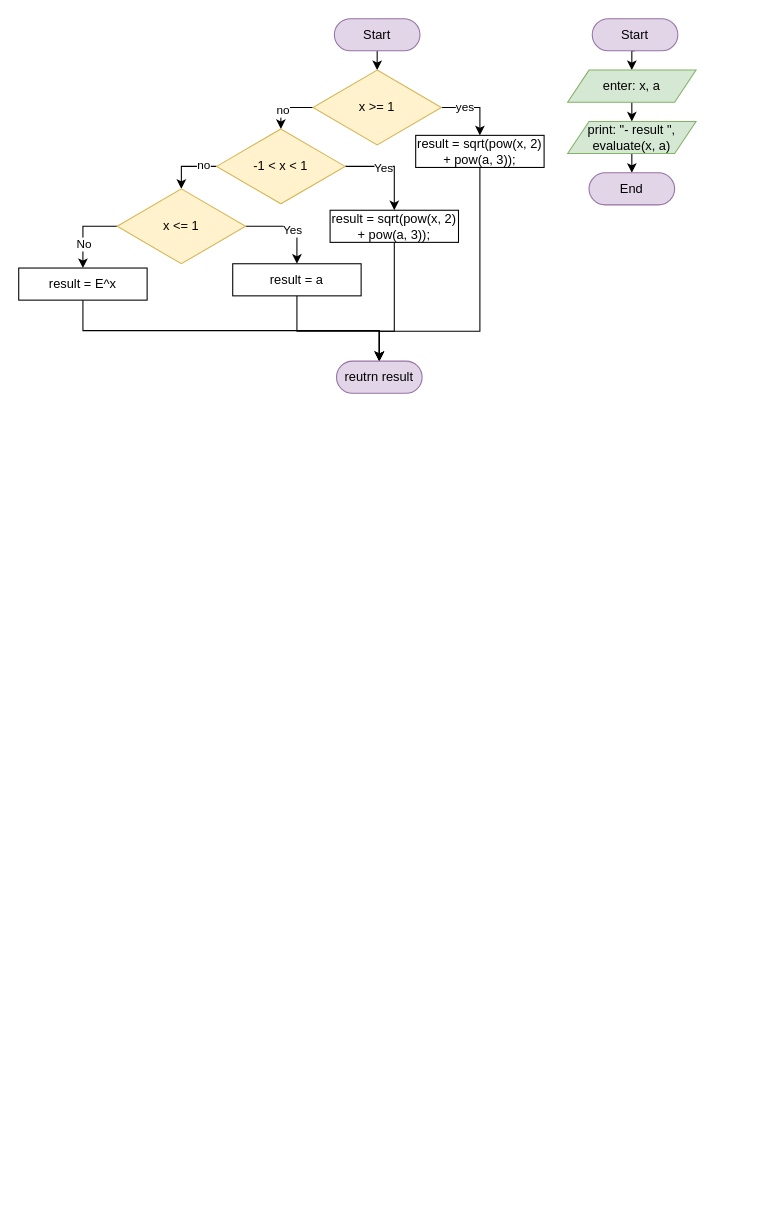
Above: src/lab_2/kolosov_10/diagram/lab2_kolosov_diagram.drawio in Ak1yamaKiyoshi/course-kpi-cpp (draw.io), before the change. Source tidied: cells renumbered, new cells numbered last; positions are measured from the earlier drawing's top-left corner, leaving out a move shared by most shapes. Both pictures are drawn from the tidied source at 107%, with x=0, y=0 at pixel (18, 18).
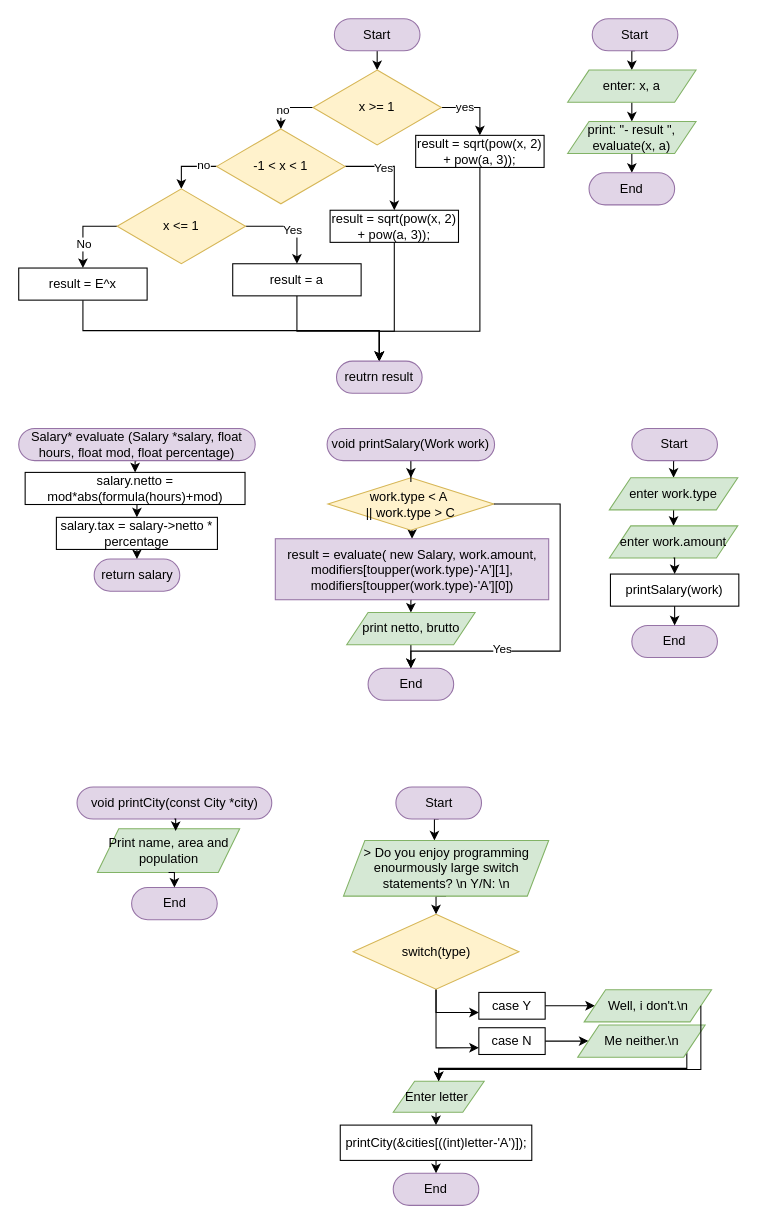
After the change.

What changed in the source:
```diff
@@
+    <mxCell id="35" value="printSalary(work)" style="rounded=0;whiteSpace=wrap;html=1;glass=0;" parent="1" vertex="1">
+      <mxGeometry x="553" y="519" width="120" height="30" as="geometry" />
+    </mxCell>
+    <mxCell id="36" style="edgeStyle=orthogonalEdgeStyle;rounded=0;jettySize=auto;html=1;exitX=0.5;exitY=0.5;exitDx=0;exitDy=15;exitPerimeter=0;entryX=0.5;entryY=0;entryDx=0;entryDy=0;" parent="1" edge="1" source="37" target="39">
+      <mxGeometry relative="1" as="geometry" />
+    </mxCell>
+    <mxCell id="37" value="Start" style="html=1;dashed=0;whiteSpace=wrap;shape=mxgraph.dfd.start;fillColor=#e1d5e7;strokeColor=#9673a6;" parent="1" vertex="1">
+      <mxGeometry x="573" y="383" width="80" height="30" as="geometry" />
+    </mxCell>
+    <mxCell id="38" style="edgeStyle=orthogonalEdgeStyle;rounded=0;jettySize=auto;html=1;exitX=0.5;exitY=1;exitDx=0;exitDy=0;entryX=0.5;entryY=0;entryDx=0;entryDy=0;" parent="1" edge="1" source="39" target="40">
+      <mxGeometry relative="1" as="geometry" />
+    </mxCell>
+    <mxCell id="39" value="enter work.type" style="shape=parallelogram;perimeter=parallelogramPerimeter;whiteSpace=wrap;html=1;fixedSize=1;fillColor=#d5e8d4;strokeColor=#82b366;" parent="1" vertex="1">
+      <mxGeometry x="552" y="429" width="120" height="30" as="geometry" />
+    </mxCell>
+    <mxCell id="40" value="enter work.amount" style="shape=parallelogram;perimeter=parallelogramPerimeter;whiteSpace=wrap;html=1;fixedSize=1;fillColor=#d5e8d4;strokeColor=#82b366;" parent="1" vertex="1">
+      <mxGeometry x="552" y="474" width="120" height="30" as="geometry" />
+    </mxCell>
+    <mxCell id="41" style="edgeStyle=orthogonalEdgeStyle;rounded=0;jettySize=auto;html=1;exitX=0.5;exitY=1;exitDx=0;exitDy=0;entryX=0.5;entryY=0;entryDx=0;entryDy=0;" parent="1" edge="1" source="40" target="35">
+      <mxGeometry relative="1" as="geometry" />
+    </mxCell>
+    <mxCell id="42" value="End" style="html=1;dashed=0;whiteSpace=wrap;shape=mxgraph.dfd.start;fillColor=#e1d5e7;strokeColor=#9673a6;" parent="1" vertex="1">
+      <mxGeometry x="573" y="567" width="80" height="30" as="geometry" />
+    </mxCell>
+    <mxCell id="43" style="edgeStyle=orthogonalEdgeStyle;rounded=0;jettySize=auto;html=1;exitX=0.5;exitY=1;exitDx=0;exitDy=0;entryX=0.5;entryY=0.5;entryDx=0;entryDy=-15;entryPerimeter=0;" parent="1" edge="1" source="35" target="42">
+      <mxGeometry relative="1" as="geometry" />
+    </mxCell>
+    <mxCell id="44" style="edgeStyle=orthogonalEdgeStyle;rounded=0;jettySize=auto;html=1;exitX=0.5;exitY=1;exitDx=0;exitDy=0;entryX=0.5;entryY=0;entryDx=0;entryDy=0;" parent="1" edge="1" source="45" target="54">
+      <mxGeometry relative="1" as="geometry" />
+    </mxCell>
+    <mxCell id="45" value="work.type &amp;lt; A&amp;nbsp;&lt;br&gt;|| work.type &amp;gt; C" style="rhombus;whiteSpace=wrap;html=1;fillColor=#fff2cc;strokeColor=#d6b656;gradientColor=none;" parent="1" vertex="1">
+      <mxGeometry x="289" y="429" width="155" height="49" as="geometry" />
+    </mxCell>
+    <mxCell id="46" style="edgeStyle=orthogonalEdgeStyle;rounded=0;jettySize=auto;html=1;exitX=0.5;exitY=0.5;exitDx=0;exitDy=15;exitPerimeter=0;" parent="1" edge="1" source="47" target="49">
+      <mxGeometry relative="1" as="geometry">
+        <Array as="points">
+          <mxPoint x="388.5" y="765" />
+          <mxPoint x="388.5" y="765" />
+        </Array>
+      </mxGeometry>
+    </mxCell>
+    <mxCell id="47" value="Start" style="html=1;dashed=0;whiteSpace=wrap;shape=mxgraph.dfd.start;fillColor=#e1d5e7;strokeColor=#9673a6;" parent="1" vertex="1">
+      <mxGeometry x="352.5" y="718" width="80" height="30" as="geometry" />
+    </mxCell>
+    <mxCell id="48" style="edgeStyle=orthogonalEdgeStyle;rounded=0;jettySize=auto;html=1;exitX=0.5;exitY=1;exitDx=0;exitDy=0;entryX=0.5;entryY=0;entryDx=0;entryDy=0;" parent="1" edge="1" source="49" target="69">
+      <mxGeometry relative="1" as="geometry" />
+    </mxCell>
+    <mxCell id="49" value="&amp;gt; Do you enjoy programming enourmously large switch statements? \n Y/N: \n" style="shape=parallelogram;perimeter=parallelogramPerimeter;whiteSpace=wrap;html=1;fixedSize=1;fillColor=#d5e8d4;strokeColor=#82b366;" parent="1" vertex="1">
+      <mxGeometry x="303.5" y="768" width="191.8" height="52" as="geometry" />
+    </mxCell>
+    <mxCell id="50" style="edgeStyle=orthogonalEdgeStyle;rounded=0;jettySize=auto;html=1;exitX=0.5;exitY=0.5;exitDx=0;exitDy=15;exitPerimeter=0;" parent="1" edge="1" source="51" target="45">
+      <mxGeometry relative="1" as="geometry" />
+    </mxCell>
+    <mxCell id="51" value="void printSalary(Work work)" style="html=1;dashed=0;whiteSpace=wrap;shape=mxgraph.dfd.start;fillColor=#e1d5e7;strokeColor=#9673a6;" parent="1" vertex="1">
+      <mxGeometry x="288.2" y="383" width="156.5" height="30" as="geometry" />
+    </mxCell>
+    <mxCell id="52" value="End" style="html=1;dashed=0;whiteSpace=wrap;shape=mxgraph.dfd.start;fillColor=#e1d5e7;strokeColor=#9673a6;" parent="1" vertex="1">
+      <mxGeometry x="326.5" y="607" width="80" height="30" as="geometry" />
+    </mxCell>
+    <mxCell id="53" style="edgeStyle=orthogonalEdgeStyle;rounded=0;jettySize=auto;html=1;exitX=0.5;exitY=1;exitDx=0;exitDy=0;entryX=0.5;entryY=0;entryDx=0;entryDy=0;" parent="1" edge="1" source="54" target="56">
+      <mxGeometry relative="1" as="geometry" />
+    </mxCell>
+    <mxCell id="54" value="result = evaluate( new Salary, work.amount, modifiers[toupper(work.type)-'A'][1], modifiers[toupper(work.type)-'A'][0])" style="rounded=0;whiteSpace=wrap;html=1;fillColor=#e1d5e7;strokeColor=#9673a6;" parent="1" vertex="1">
+      <mxGeometry x="239.8" y="486" width="255.5" height="57" as="geometry" />
+    </mxCell>
+    <mxCell id="55" style="edgeStyle=orthogonalEdgeStyle;rounded=0;jettySize=auto;html=1;exitX=0.5;exitY=1;exitDx=0;exitDy=0;" parent="1" edge="1" source="56" target="52">
+      <mxGeometry relative="1" as="geometry" />
+    </mxCell>
+    <mxCell id="56" value="print netto, brutto" style="shape=parallelogram;perimeter=parallelogramPerimeter;whiteSpace=wrap;html=1;fixedSize=1;fillColor=#d5e8d4;strokeColor=#82b366;" parent="1" vertex="1">
+      <mxGeometry x="306.5" y="555" width="120" height="30" as="geometry" />
+    </mxCell>
+    <mxCell id="57" style="edgeStyle=orthogonalEdgeStyle;rounded=0;jettySize=auto;html=1;exitX=1;exitY=0.5;exitDx=0;exitDy=0;entryX=0.5;entryY=0.5;entryDx=0;entryDy=-15;entryPerimeter=0;" parent="1" edge="1" source="45" target="52">
+      <mxGeometry relative="1" as="geometry">
+        <Array as="points">
+          <mxPoint x="506" y="454" />
+          <mxPoint x="506" y="591" />
+          <mxPoint x="367" y="591" />
+        </Array>
+      </mxGeometry>
+    </mxCell>
+    <mxCell id="58" value="Yes" style="edgeLabel;html=1;align=center;verticalAlign=middle;" parent="57" vertex="1">
+      <mxGeometry x="0.43" y="-3" relative="1" as="geometry" />
+    </mxCell>
+    <mxCell id="59" value="End" style="html=1;dashed=0;whiteSpace=wrap;shape=mxgraph.dfd.start;fillColor=#e1d5e7;strokeColor=#9673a6;" parent="1" vertex="1">
+      <mxGeometry x="350" y="1079" width="80" height="30" as="geometry" />
+    </mxCell>
+    <mxCell id="60" style="edgeStyle=orthogonalEdgeStyle;rounded=0;jettySize=auto;html=1;exitX=0.5;exitY=0.5;exitDx=0;exitDy=15;exitPerimeter=0;entryX=0.5;entryY=0;entryDx=0;entryDy=0;" parent="1" edge="1" source="61" target="63">
+      <mxGeometry relative="1" as="geometry" />
+    </mxCell>
+    <mxCell id="61" value="Salary* evaluate (Salary *salary, float hours, float mod, float percentage)" style="html=1;dashed=0;whiteSpace=wrap;shape=mxgraph.dfd.start;fillColor=#e1d5e7;strokeColor=#9673a6;" parent="1" vertex="1">
+      <mxGeometry y="383" width="221" height="30" as="geometry" />
+    </mxCell>
+    <mxCell id="62" style="edgeStyle=orthogonalEdgeStyle;rounded=0;jettySize=auto;html=1;exitX=0.5;exitY=1;exitDx=0;exitDy=0;entryX=0.5;entryY=0;entryDx=0;entryDy=0;" parent="1" edge="1" source="63" target="64">
+      <mxGeometry relative="1" as="geometry" />
+    </mxCell>
+    <mxCell id="63" value="salary.netto = mod*abs(formula(hours)+mod)" style="rounded=0;whiteSpace=wrap;html=1;" parent="1" vertex="1">
+      <mxGeometry x="6" y="424" width="205.5" height="30" as="geometry" />
+    </mxCell>
+    <mxCell id="64" value="salary.tax = salary-&amp;gt;netto * percentage" style="rounded=0;whiteSpace=wrap;html=1;" parent="1" vertex="1">
+      <mxGeometry x="35.2" y="466" width="150.5" height="30" as="geometry" />
+    </mxCell>
+    <mxCell id="65" value="return salary" style="html=1;dashed=0;whiteSpace=wrap;shape=mxgraph.dfd.start;fillColor=#e1d5e7;strokeColor=#9673a6;" parent="1" vertex="1">
+      <mxGeometry x="70.5" y="505" width="80" height="30" as="geometry" />
+    </mxCell>
+    <mxCell id="66" style="edgeStyle=orthogonalEdgeStyle;rounded=0;jettySize=auto;html=1;exitX=0.5;exitY=1;exitDx=0;exitDy=0;entryX=0.5;entryY=0.5;entryDx=0;entryDy=-15;entryPerimeter=0;" parent="1" edge="1" source="64" target="65">
+      <mxGeometry relative="1" as="geometry" />
+    </mxCell>
+    <mxCell id="67" style="edgeStyle=orthogonalEdgeStyle;rounded=0;jettySize=auto;html=1;exitX=0.5;exitY=1;exitDx=0;exitDy=0;entryX=0;entryY=0.75;entryDx=0;entryDy=0;" parent="1" edge="1" source="69" target="71">
+      <mxGeometry relative="1" as="geometry" />
+    </mxCell>
+    <mxCell id="68" style="edgeStyle=orthogonalEdgeStyle;rounded=0;jettySize=auto;html=1;exitX=0.5;exitY=1;exitDx=0;exitDy=0;entryX=0;entryY=0.75;entryDx=0;entryDy=0;" parent="1" edge="1" source="69" target="73">
+      <mxGeometry relative="1" as="geometry" />
+    </mxCell>
+    <mxCell id="69" value="switch(type)" style="rhombus;whiteSpace=wrap;html=1;fillColor=#fff2cc;strokeColor=#d6b656;gradientColor=none;" parent="1" vertex="1">
+      <mxGeometry x="312.5" y="837" width="155" height="70" as="geometry" />
+    </mxCell>
+    <mxCell id="70" style="edgeStyle=orthogonalEdgeStyle;rounded=0;jettySize=auto;html=1;exitX=1;exitY=0.5;exitDx=0;exitDy=0;entryX=0;entryY=0.5;entryDx=0;entryDy=0;" parent="1" edge="1" source="71" target="74">
+      <mxGeometry relative="1" as="geometry" />
+    </mxCell>
+    <mxCell id="71" value="case Y" style="rounded=0;whiteSpace=wrap;html=1;" parent="1" vertex="1">
+      <mxGeometry x="430" y="910" width="62" height="25" as="geometry" />
+    </mxCell>
+    <mxCell id="72" style="edgeStyle=orthogonalEdgeStyle;rounded=0;jettySize=auto;html=1;exitX=1;exitY=0.5;exitDx=0;exitDy=0;" parent="1" edge="1" source="73" target="76">
+      <mxGeometry relative="1" as="geometry" />
+    </mxCell>
+    <mxCell id="73" value="case N" style="rounded=0;whiteSpace=wrap;html=1;" parent="1" vertex="1">
+      <mxGeometry x="430" y="943" width="62" height="25" as="geometry" />
+    </mxCell>
+    <mxCell id="74" value="Well, i don't.\n" style="shape=parallelogram;perimeter=parallelogramPerimeter;whiteSpace=wrap;html=1;fixedSize=1;fillColor=#d5e8d4;strokeColor=#82b366;" parent="1" vertex="1">
+      <mxGeometry x="528.5" y="907.5" width="119" height="30" as="geometry" />
+    </mxCell>
+    <mxCell id="75" style="edgeStyle=orthogonalEdgeStyle;rounded=0;jettySize=auto;html=1;exitX=1;exitY=1;exitDx=0;exitDy=0;" parent="1" edge="1" source="76" target="78">
+      <mxGeometry relative="1" as="geometry">
+        <Array as="points">
+          <mxPoint x="624.5" y="981" />
+          <mxPoint x="392.5" y="981" />
+        </Array>
+      </mxGeometry>
+    </mxCell>
+    <mxCell id="76" value="Me neither.\n" style="shape=parallelogram;perimeter=parallelogramPerimeter;whiteSpace=wrap;html=1;fixedSize=1;fillColor=#d5e8d4;strokeColor=#82b366;" parent="1" vertex="1">
+      <mxGeometry x="522.5" y="940.5" width="119" height="30" as="geometry" />
+    </mxCell>
+    <mxCell id="77" style="edgeStyle=orthogonalEdgeStyle;rounded=0;jettySize=auto;html=1;exitX=0.5;exitY=1;exitDx=0;exitDy=0;entryX=0.5;entryY=0;entryDx=0;entryDy=0;" parent="1" edge="1" source="78" target="79">
+      <mxGeometry relative="1" as="geometry" />
+    </mxCell>
+    <mxCell id="78" value="Enter letter&amp;nbsp;" style="shape=parallelogram;perimeter=parallelogramPerimeter;whiteSpace=wrap;html=1;fixedSize=1;fillColor=#d5e8d4;strokeColor=#82b366;" parent="1" vertex="1">
+      <mxGeometry x="350" y="993" width="85" height="29" as="geometry" />
+    </mxCell>
+    <mxCell id="79" value="printCity(&amp;amp;cities[((int)letter-'A')]);" style="rounded=0;whiteSpace=wrap;html=1;" parent="1" vertex="1">
+      <mxGeometry x="300.5" y="1034" width="179" height="33" as="geometry" />
+    </mxCell>
+    <mxCell id="80" style="edgeStyle=orthogonalEdgeStyle;rounded=0;jettySize=auto;html=1;exitX=1;exitY=0.5;exitDx=0;exitDy=0;entryX=0.5;entryY=0;entryDx=0;entryDy=0;" parent="1" edge="1" source="74" target="78">
+      <mxGeometry relative="1" as="geometry">
+        <Array as="points">
+          <mxPoint x="637.5" y="982" />
+          <mxPoint x="392.5" y="982" />
+        </Array>
+      </mxGeometry>
+    </mxCell>
+    <mxCell id="81" style="edgeStyle=orthogonalEdgeStyle;rounded=0;jettySize=auto;html=1;exitX=0.5;exitY=1;exitDx=0;exitDy=0;entryX=0.5;entryY=0.5;entryDx=0;entryDy=-15;entryPerimeter=0;" parent="1" edge="1" source="79" target="59">
+      <mxGeometry relative="1" as="geometry" />
+    </mxCell>
+    <mxCell id="82" value="void printCity(const City *city)" style="html=1;dashed=0;whiteSpace=wrap;shape=mxgraph.dfd.start;fillColor=#e1d5e7;strokeColor=#9673a6;" parent="1" vertex="1">
+      <mxGeometry x="54.5" y="718" width="182" height="30" as="geometry" />
+    </mxCell>
+    <mxCell id="83" value="Print name, area and population" style="shape=parallelogram;perimeter=parallelogramPerimeter;whiteSpace=wrap;html=1;fixedSize=1;fillColor=#d5e8d4;strokeColor=#82b366;" parent="1" vertex="1">
+      <mxGeometry x="73.5" y="757" width="133" height="41" as="geometry" />
+    </mxCell>
+    <mxCell id="84" style="edgeStyle=orthogonalEdgeStyle;rounded=0;jettySize=auto;html=1;exitX=0.5;exitY=0.5;exitDx=0;exitDy=15;exitPerimeter=0;entryX=0.55;entryY=0.052;entryDx=0;entryDy=0;entryPerimeter=0;" parent="1" edge="1" source="82" target="83">
+      <mxGeometry relative="1" as="geometry" />
+    </mxCell>
+    <mxCell id="85" value="End" style="html=1;dashed=0;whiteSpace=wrap;shape=mxgraph.dfd.start;fillColor=#e1d5e7;strokeColor=#9673a6;" parent="1" vertex="1">
+      <mxGeometry x="105.5" y="812" width="80" height="30" as="geometry" />
+    </mxCell>
+    <mxCell id="86" style="edgeStyle=orthogonalEdgeStyle;rounded=0;jettySize=auto;html=1;exitX=0.5;exitY=1;exitDx=0;exitDy=0;entryX=0.5;entryY=0.5;entryDx=0;entryDy=-15;entryPerimeter=0;" parent="1" edge="1" source="83" target="85">
+      <mxGeometry relative="1" as="geometry" />
+    </mxCell>
```
